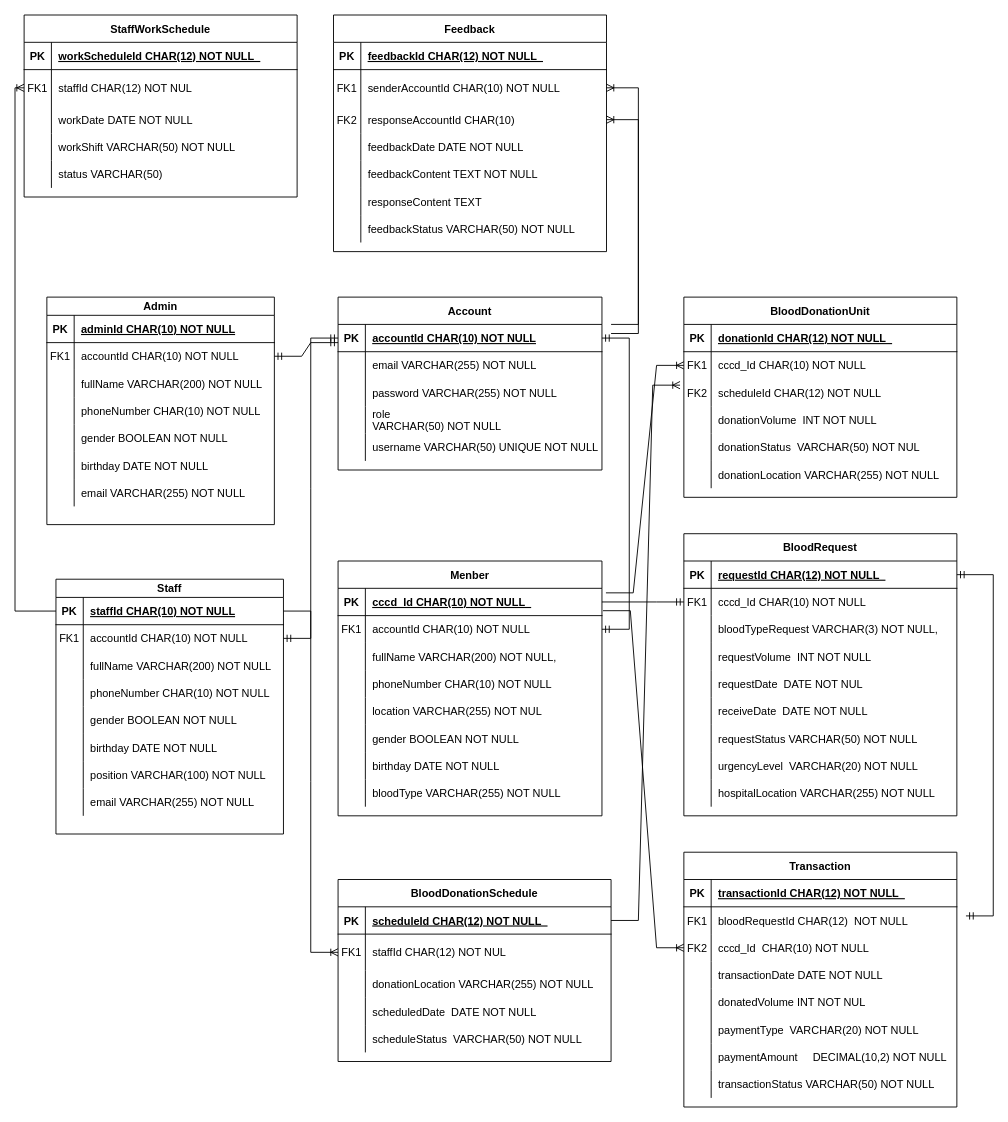
The draw.io diagram ERD.drawio in ThanhDucP/SU25_SWP391, before the edit. Source tidied: cells renumbered, new cells numbered last; positions are measured from the earlier drawing's top-left corner, leaving out a move shared by most shapes. Both pictures are drawn from the tidied source at 91%, with x=0, y=0 at pixel (24, 15).
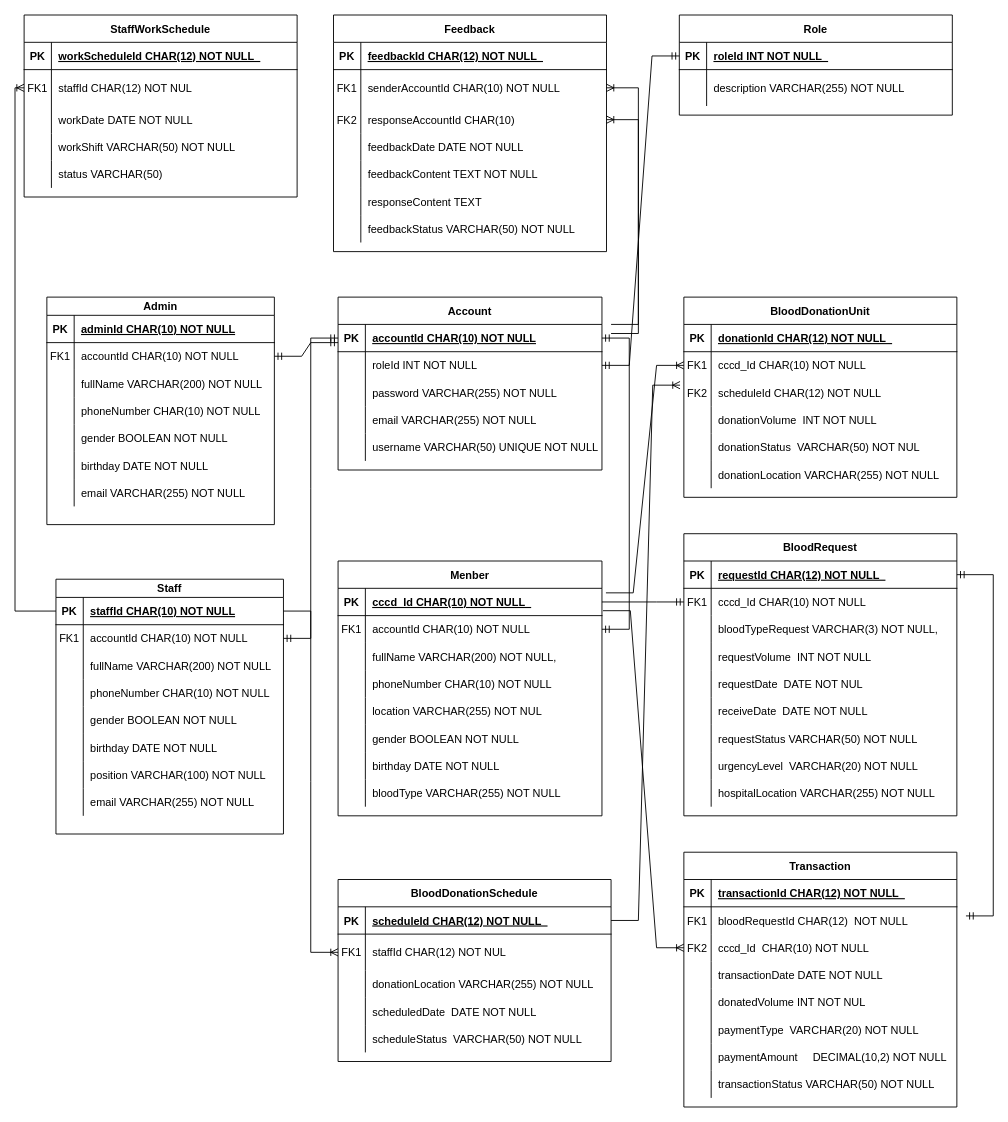
Above is the later version.

Commit message:
Cập nhật ERD.drawio

The change refers to these unchanged cells:
```xml
<mxCell id="56" style="shape=partialRectangle;fillColor=none;points=[[0,0.5],[1,0.5]];portConstraint=eastwest;top=0;left=0;right=0;bottom=0;" parent="52" vertex="1">
  <mxGeometry y="60" width="290" height="30" as="geometry" />
</mxCell>
<mxCell id="62" style="shape=partialRectangle;fillColor=none;top=0;left=0;right=0;bottom=0;" parent="52" vertex="1">
  <mxGeometry y="120" width="290" height="30" as="geometry" />
</mxCell>
```

What changed in the source:
```diff
@@
-    <mxCell id="58" value="email VARCHAR(255) NOT NULL" style="shape=partialRectangle;overflow=hidden;fillColor=none;top=0;left=0;bottom=0;right=0;align=left;spacingLeft=6;" parent="56" vertex="1">
+    <mxCell id="58" value="roleId INT NOT NULL" style="shape=partialRectangle;overflow=hidden;fillColor=none;top=0;left=0;bottom=0;right=0;align=left;spacingLeft=6;" parent="56" vertex="1">
       <mxGeometry x="30" width="260" height="30" as="geometry" />
     </mxCell>
@@
-    <mxCell id="64" value="role&#10;VARCHAR(50) NOT NULL" style="shape=partialRectangle;overflow=hidden;fillColor=none;top=0;left=0;bottom=0;right=0;align=left;spacingLeft=6;" parent="62" vertex="1">
+    <mxCell id="64" value="email VARCHAR(255) NOT NULL" style="shape=partialRectangle;overflow=hidden;fillColor=none;top=0;left=0;bottom=0;right=0;align=left;spacingLeft=6;" parent="62" vertex="1">
       <mxGeometry x="30" width="260" height="30" as="geometry" />
     </mxCell>
@@
+    <mxCell id="228" value="Role" style="shape=table;startSize=30;childLayout=tableLayout;rowLines=0;fontStyle=1;align=center;" parent="1" vertex="1">
+      <mxGeometry x="720" width="300" height="110" as="geometry" />
+    </mxCell>
+    <mxCell id="229" style="shape=partialRectangle;fillColor=none;points=[[0,0.5],[1,0.5]];portConstraint=eastwest;top=0;left=0;right=0;bottom=1;" parent="228" vertex="1">
+      <mxGeometry y="30" width="300" height="30" as="geometry" />
+    </mxCell>
+    <mxCell id="230" value="PK" style="shape=partialRectangle;overflow=hidden;fillColor=none;top=0;left=0;bottom=0;right=0;fontStyle=1;" parent="229" vertex="1">
+      <mxGeometry width="30" height="30" as="geometry" />
+    </mxCell>
+    <mxCell id="231" value="roleId INT NOT NULL  " style="shape=partialRectangle;overflow=hidden;fillColor=none;top=0;left=0;bottom=0;right=0;align=left;spacingLeft=6;fontStyle=5;" parent="229" vertex="1">
+      <mxGeometry x="30" width="270" height="30" as="geometry" />
+    </mxCell>
+    <mxCell id="232" style="shape=partialRectangle;fillColor=none;top=0;left=0;right=0;bottom=0;" parent="228" vertex="1">
+      <mxGeometry y="60" width="300" height="40" as="geometry" />
+    </mxCell>
+    <mxCell id="233" style="shape=partialRectangle;overflow=hidden;fillColor=none;top=0;left=0;bottom=0;right=0;" parent="232" vertex="1">
+      <mxGeometry width="30" height="40" as="geometry" />
+    </mxCell>
+    <mxCell id="234" value="description VARCHAR(255) NOT NULL" style="shape=partialRectangle;overflow=hidden;fillColor=none;top=0;left=0;bottom=0;right=0;align=left;spacingLeft=6;" parent="232" vertex="1">
+      <mxGeometry x="30" width="270" height="40" as="geometry" />
+    </mxCell>
+    <mxCell id="235" style="edgeStyle=entityRelationEdgeStyle;fontSize=12;html=1;endArrow=ERmandOne;startArrow=ERmandOne;rounded=0;entryX=0;entryY=0.5;entryDx=0;entryDy=0;exitX=1;exitY=0.5;exitDx=0;exitDy=0;" parent="1" edge="1" source="56" target="229">
+      <mxGeometry relative="1" as="geometry" />
+    </mxCell>
```
